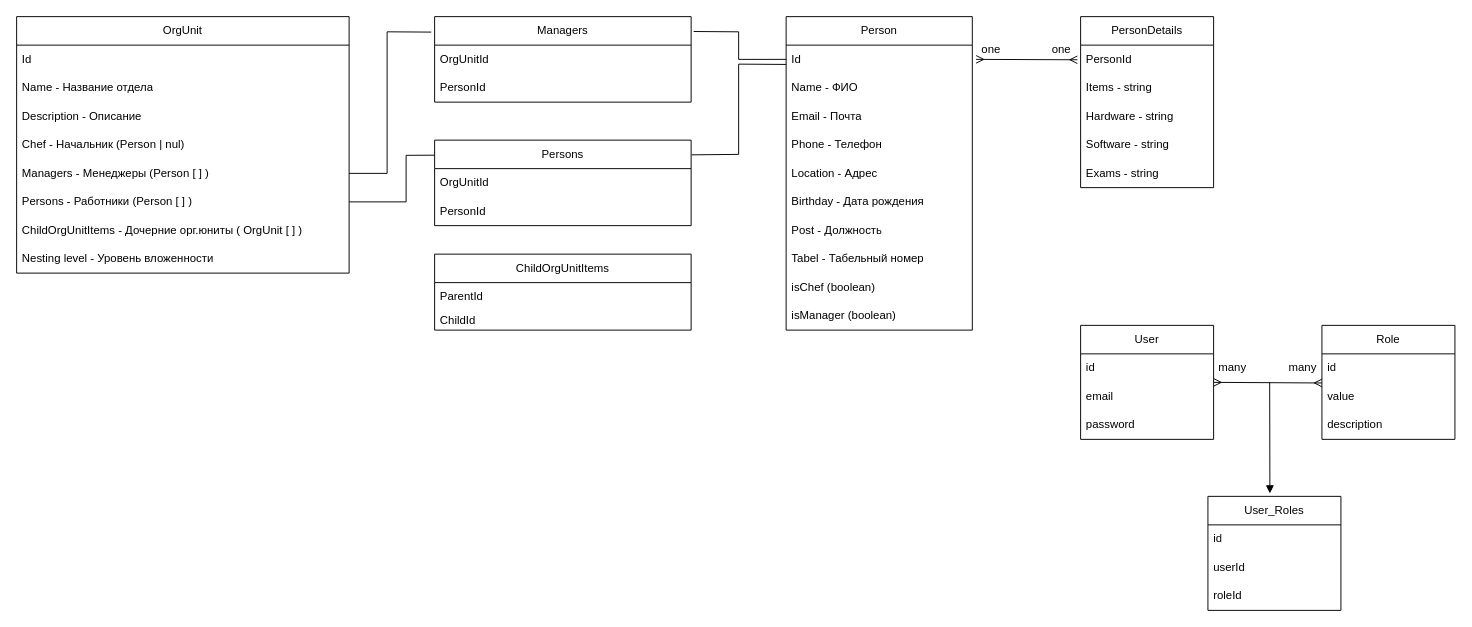
Earlier version of the draw.io diagram TableSchema.drawio (mspolermo/org-structure). Source tidied: cells renumbered, new cells numbered last; positions are measured from the earlier drawing's top-left corner, leaving out a move shared by most shapes. Both pictures are drawn from the tidied source at 95%, with x=0, y=0 at pixel (16, 16).
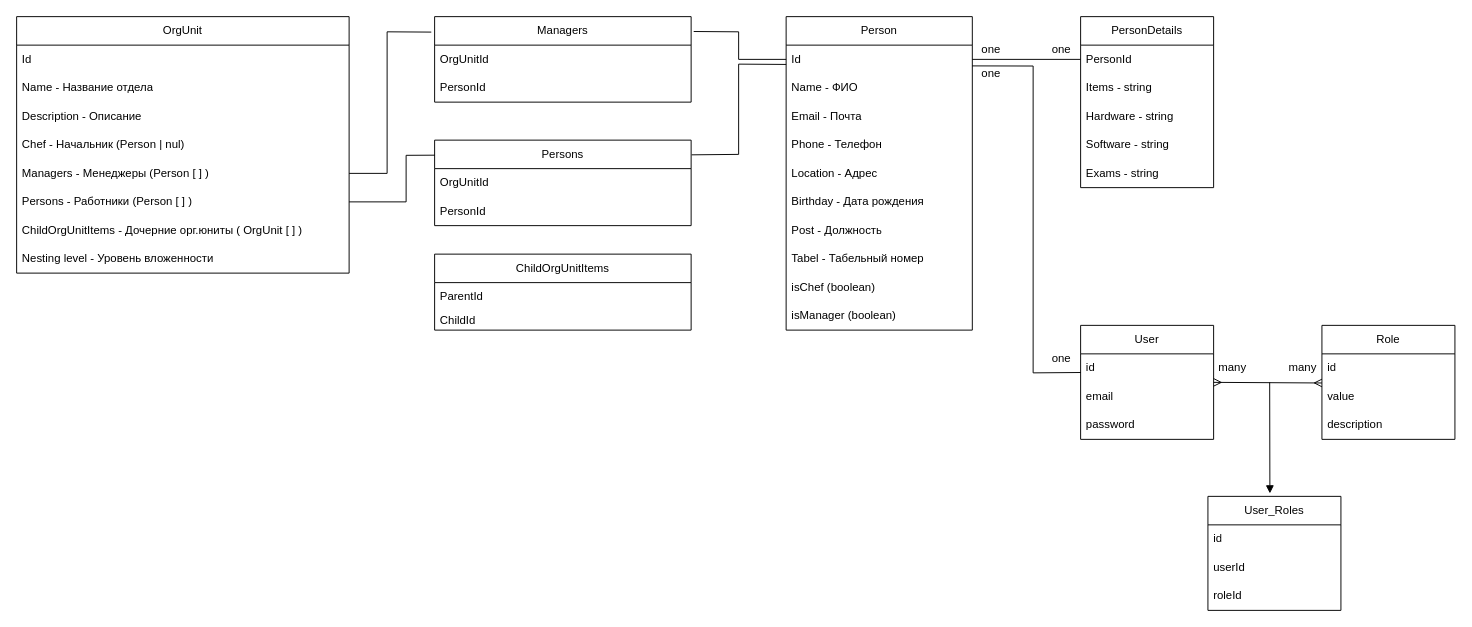
The same diagram, later.

The change refers to these unchanged cells:
```xml
<mxCell id="3" value="Id" style="text;strokeColor=none;fillColor=none;align=left;verticalAlign=middle;spacingLeft=4;spacingRight=4;overflow=hidden;points=[[0,0.5],[1,0.5]];portConstraint=eastwest;whiteSpace=wrap;html=1;" parent="2" vertex="1">
  <mxGeometry y="30" width="196" height="30" as="geometry" />
</mxCell>
<mxCell id="14" value="PersonId" style="text;strokeColor=none;fillColor=none;align=left;verticalAlign=middle;spacingLeft=4;spacingRight=4;overflow=hidden;points=[[0,0.5],[1,0.5]];portConstraint=eastwest;whiteSpace=wrap;html=1;" parent="13" vertex="1">
  <mxGeometry y="30" width="140" height="30" as="geometry" />
</mxCell>
<mxCell id="46" value="id" style="text;strokeColor=none;fillColor=none;align=left;verticalAlign=middle;spacingLeft=4;spacingRight=4;overflow=hidden;points=[[0,0.5],[1,0.5]];portConstraint=eastwest;whiteSpace=wrap;html=1;" parent="45" vertex="1">
  <mxGeometry y="30" width="140" height="30" as="geometry" />
</mxCell>
```

Change to the diagram source:
```diff
@@
-    <mxCell id="20" style="endArrow=ERmany;startArrow=ERmany;html=1;rounded=0;entryX=-0.024;entryY=0.514;entryDx=0;entryDy=0;entryPerimeter=0;startFill=0;endFill=0;" parent="1" edge="1" target="14">
-      <mxGeometry relative="1" as="geometry">
-        <mxPoint x="1010" y="45" as="sourcePoint" />
-      </mxGeometry>
+    <mxCell id="20" style="endArrow=none;startArrow=none;html=1;rounded=0;entryX=0;entryY=0.5;entryDx=0;entryDy=0;startFill=0;endFill=0;exitX=1;exitY=0.5;exitDx=0;exitDy=0;" parent="1" edge="1" source="3" target="14">
+      <mxGeometry relative="1" as="geometry" />
     </mxCell>
@@
+    <mxCell id="61" style="endArrow=none;html=1;rounded=0;entryX=0.999;entryY=0.729;entryDx=0;entryDy=0;entryPerimeter=0;exitX=0.002;exitY=0.654;exitDx=0;exitDy=0;startArrow=none;startFill=0;exitPerimeter=0;" parent="1" edge="1" source="46" target="3">
+      <mxGeometry relative="1" as="geometry">
+        <Array as="points">
+          <mxPoint x="1070" y="375" />
+          <mxPoint x="1070" y="52" />
+        </Array>
+      </mxGeometry>
+    </mxCell>
+    <mxCell id="62" value="one" style="text;html=1;strokeColor=none;fillColor=none;align=center;verticalAlign=middle;whiteSpace=wrap;rounded=0;" parent="1" vertex="1">
+      <mxGeometry x="1006" y="55" width="40" height="10" as="geometry" />
+    </mxCell>
+    <mxCell id="63" value="one" style="text;html=1;strokeColor=none;fillColor=none;align=center;verticalAlign=middle;whiteSpace=wrap;rounded=0;" parent="1" vertex="1">
+      <mxGeometry x="1080" y="355" width="40" height="10" as="geometry" />
+    </mxCell>
```
